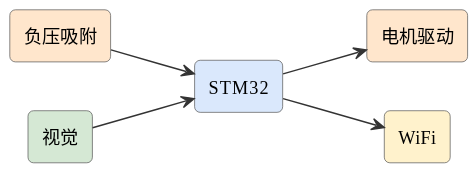
mingyi0818/IntelligentMcuCourse keeps this PlantUML diagram as assets/diagrams/ideas-fig95.svg. Above is the earlier version.
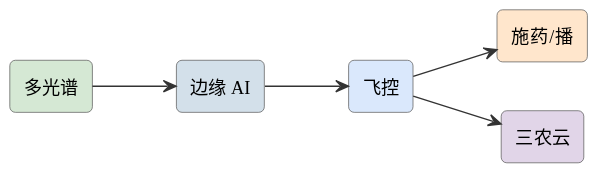
The same diagram one commit later.

What changed in the source:
```diff
@@ -6,13 +6,13 @@
 skinparam arrowFontSize 11
 skinparam arrowColor #333
 left to right direction
-rectangle "负压吸附" as suck #ffe6cc
-rectangle "视觉" as cam #d5e8d4
-rectangle "STM32" as stm #dae8fc
-rectangle "电机驱动" as motor #ffe6cc
-rectangle "WiFi" as wifi #fff2cc
-suck --> stm
-cam --> stm
-stm --> motor
-stm --> wifi
+rectangle "多光谱" as cam #d5e8d4
+rectangle "边缘 AI" as ai #d3e0ea
+rectangle "飞控" as fc #dae8fc
+rectangle "施药/播" as act #ffe6cc
+rectangle "三农云" as cloud #e1d5e8
+cam --> ai
+ai --> fc
+fc --> act
+fc --> cloud
 @enduml
```
